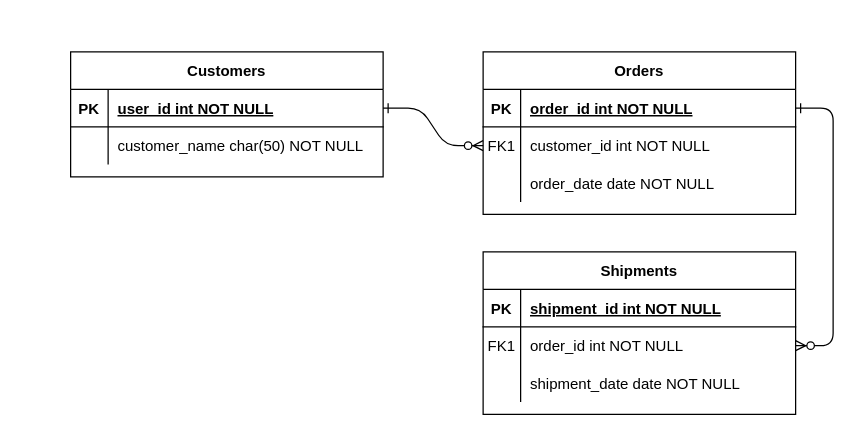
The draw.io diagram Untitled Diagram.drawio in Emmanuelcik/GreenCalc-Back, before the edit. Source tidied: cells renumbered, new cells numbered last; positions are measured from the earlier drawing's top-left corner, leaving out a move shared by most shapes. Both pictures are drawn from the tidied source at 125%, with x=0, y=0 at pixel (70, 51).
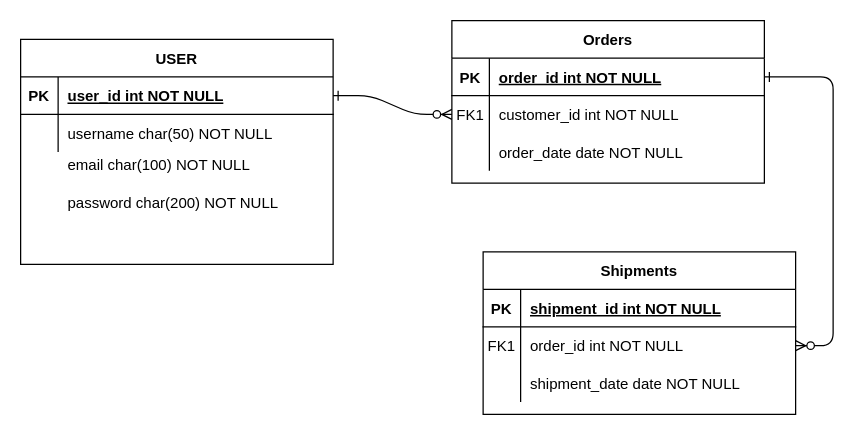
Above is the later version.

Commit message:
User entity

The change refers to these unchanged cells:
```xml
<mxCell id="28" style="shape=partialRectangle;fillColor=none;top=0;left=0;right=0;bottom=0;" parent="24" vertex="1">
  <mxGeometry y="60" width="250" height="30" as="geometry" />
</mxCell>
```

Change to the diagram source:
```diff
@@
     <mxCell id="4" value="Orders" style="shape=table;startSize=30;childLayout=tableLayout;rowLines=0;fontStyle=1;align=center;" parent="1" vertex="1">
-      <mxGeometry x="330" width="250" height="130" as="geometry" />
+      <mxGeometry x="305" y="-25" width="250" height="130" as="geometry" />
     </mxCell>
@@
-    <mxCell id="24" value="Customers" style="shape=table;startSize=30;childLayout=tableLayout;rowLines=0;fontStyle=1;align=center;" parent="1" vertex="1">
-      <mxGeometry width="250" height="100" as="geometry" />
+    <mxCell id="24" value="USER" style="shape=table;startSize=30;childLayout=tableLayout;rowLines=0;fontStyle=1;align=center;" parent="1" vertex="1">
+      <mxGeometry x="-40" y="-10" width="250" height="180" as="geometry" />
     </mxCell>
@@
-    <mxCell id="30" value="customer_name char(50) NOT NULL" style="shape=partialRectangle;overflow=hidden;fillColor=none;top=0;left=0;bottom=0;right=0;align=left;spacingLeft=6;" parent="28" vertex="1">
+    <mxCell id="30" value="username char(50) NOT NULL" style="shape=partialRectangle;overflow=hidden;fillColor=none;top=0;left=0;bottom=0;right=0;align=left;spacingLeft=6;" parent="28" vertex="1">
       <mxGeometry x="30" width="220" height="30" as="geometry" />
     </mxCell>
+    <mxCell id="31" value="email char(100) NOT NULL" style="shape=partialRectangle;overflow=hidden;fillColor=none;top=0;left=0;bottom=0;right=0;align=left;spacingLeft=6;" parent="1" vertex="1">
+      <mxGeometry x="-10" y="75" width="220" height="30" as="geometry" />
+    </mxCell>
+    <mxCell id="32" value="password char(200) NOT NULL" style="shape=partialRectangle;overflow=hidden;fillColor=none;top=0;left=0;bottom=0;right=0;align=left;spacingLeft=6;" parent="1" vertex="1">
+      <mxGeometry x="-10" y="105" width="220" height="30" as="geometry" />
+    </mxCell>
```
